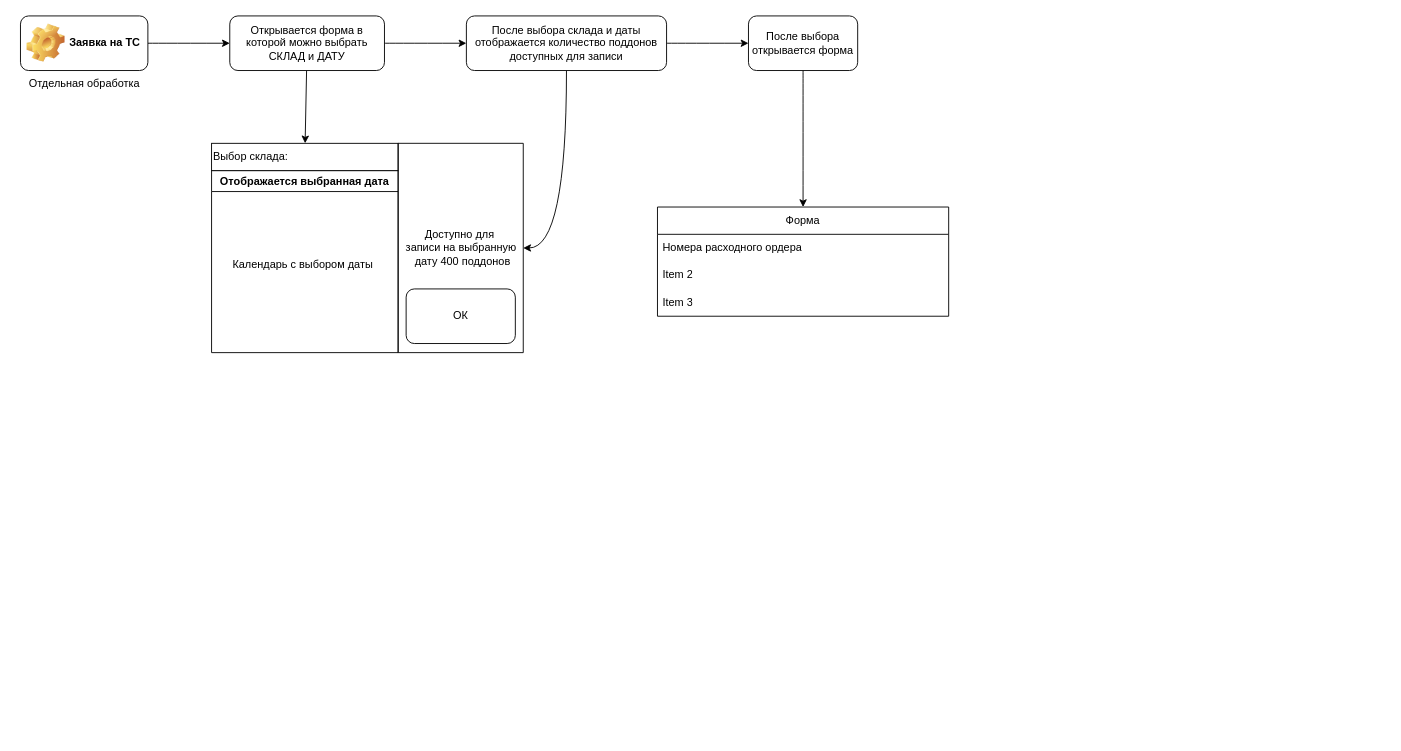
The draw.io diagram Диаграмма без названия.drawio in aspergil1us/VEZA-test, before the edit. Source tidied: cells renumbered, new cells numbered last; positions are measured from the earlier drawing's top-left corner, leaving out a move shared by most shapes. Both pictures are drawn from the tidied source at 91%, with x=0, y=0 at pixel (15, 15).
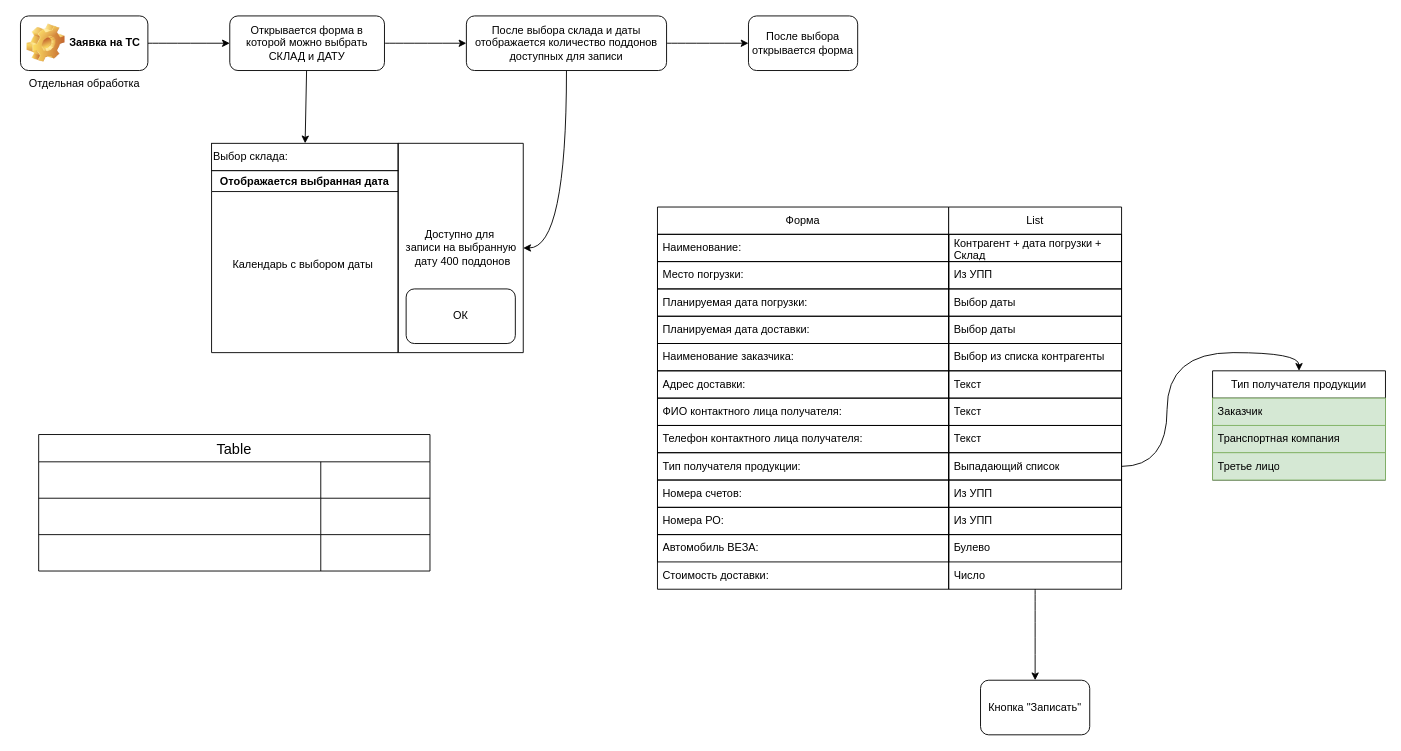
The same diagram, later.

The change refers to these unchanged cells:
```xml
<mxCell id="18" value="После выбора открывается форма" style="rounded=1;whiteSpace=wrap;html=1;" parent="1" vertex="1">
  <mxGeometry x="805" width="120" height="60" as="geometry" />
</mxCell>
```

Diff of the diagram source:
```diff
@@
-    <mxCell id="4" value="Отдельная обработка" style="text;html=1;align=center;verticalAlign=middle;strokeColor=none;fillColor=none;" parent="1" vertex="1">
+    <mxCell id="4" value="Отдельная обработка" style="text;html=1;align=center;verticalAlign=middle;strokeColor=none;fillColor=none;rotation=0;" parent="1" vertex="1">
       <mxGeometry y="60" width="150" height="30" as="geometry" />
     </mxCell>
@@
-    <mxCell id="17" style="edgeStyle=orthogonalEdgeStyle;curved=1;rounded=0;jettySize=auto;html=1;entryX=0.5;entryY=0;entryDx=0;entryDy=0;" parent="1" edge="1" source="18" target="19">
-      <mxGeometry relative="1" as="geometry" />
-    </mxCell>
@@
     <mxCell id="19" value="Форма" style="swimlane;fontStyle=0;horizontal=1;startSize=30;whiteSpace=wrap;html=1;" parent="1" vertex="1">
-      <mxGeometry x="705" y="210" width="320" height="120" as="geometry" />
+      <mxGeometry x="705" y="210" width="320" height="420" as="geometry" />
     </mxCell>
+    <mxCell id="23" value="Наименование:" style="text;strokeColor=default;fillColor=none;align=left;verticalAlign=middle;spacingLeft=4;spacingRight=4;overflow=hidden;whiteSpace=wrap;html=1;" parent="19" vertex="1">
+      <mxGeometry y="30" width="320" height="30" as="geometry" />
+    </mxCell>
-    <mxCell id="20" value="Номера расходного ордера" style="text;strokeColor=none;fillColor=none;align=left;verticalAlign=middle;spacingLeft=4;spacingRight=4;overflow=hidden;whiteSpace=wrap;html=1;" parent="19" vertex="1">
-      <mxGeometry y="30" width="320" height="30" as="geometry" />
+    <mxCell id="20" value="Место погрузки:" style="text;strokeColor=default;fillColor=none;align=left;verticalAlign=middle;spacingLeft=4;spacingRight=4;overflow=hidden;whiteSpace=wrap;html=1;" parent="19" vertex="1">
+      <mxGeometry y="60" width="320" height="30" as="geometry" />
     </mxCell>
-    <mxCell id="21" value="Item 2" style="text;strokeColor=none;fillColor=none;align=left;verticalAlign=middle;spacingLeft=4;spacingRight=4;overflow=hidden;whiteSpace=wrap;html=1;" parent="19" vertex="1">
-      <mxGeometry y="60" width="320" height="30" as="geometry" />
+    <mxCell id="21" value="Планируемая дата погрузки:" style="text;strokeColor=default;fillColor=none;align=left;verticalAlign=middle;spacingLeft=4;spacingRight=4;overflow=hidden;whiteSpace=wrap;html=1;" parent="19" vertex="1">
+      <mxGeometry y="90" width="320" height="30" as="geometry" />
     </mxCell>
-    <mxCell id="22" value="Item 3" style="text;strokeColor=none;fillColor=none;align=left;verticalAlign=middle;spacingLeft=4;spacingRight=4;overflow=hidden;whiteSpace=wrap;html=1;" parent="19" vertex="1">
-      <mxGeometry y="90" width="320" height="30" as="geometry" />
+    <mxCell id="22" value="Планируемая дата доставки:" style="text;strokeColor=default;fillColor=none;align=left;verticalAlign=middle;spacingLeft=4;spacingRight=4;overflow=hidden;whiteSpace=wrap;html=1;" parent="19" vertex="1">
+      <mxGeometry y="120" width="320" height="30" as="geometry" />
     </mxCell>
+    <mxCell id="24" value="Наименование заказчика:" style="text;strokeColor=default;fillColor=none;align=left;verticalAlign=middle;spacingLeft=4;spacingRight=4;overflow=hidden;whiteSpace=wrap;html=1;" parent="19" vertex="1">
+      <mxGeometry y="150" width="320" height="30" as="geometry" />
+    </mxCell>
+    <mxCell id="25" value="Адрес доставки:" style="text;strokeColor=default;fillColor=none;align=left;verticalAlign=middle;spacingLeft=4;spacingRight=4;overflow=hidden;whiteSpace=wrap;html=1;" parent="19" vertex="1">
+      <mxGeometry y="180" width="320" height="30" as="geometry" />
+    </mxCell>
+    <mxCell id="26" value="ФИО контактного лица получателя:" style="text;strokeColor=default;fillColor=none;align=left;verticalAlign=middle;spacingLeft=4;spacingRight=4;overflow=hidden;whiteSpace=wrap;html=1;" parent="19" vertex="1">
+      <mxGeometry y="210" width="320" height="30" as="geometry" />
+    </mxCell>
+    <mxCell id="27" value="Телефон контактного лица получателя:" style="text;strokeColor=default;fillColor=none;align=left;verticalAlign=middle;spacingLeft=4;spacingRight=4;overflow=hidden;whiteSpace=wrap;html=1;" parent="19" vertex="1">
+      <mxGeometry y="240" width="320" height="30" as="geometry" />
+    </mxCell>
+    <mxCell id="28" value="Тип получателя продукции:" style="text;strokeColor=default;fillColor=none;align=left;verticalAlign=middle;spacingLeft=4;spacingRight=4;overflow=hidden;whiteSpace=wrap;html=1;" parent="19" vertex="1">
+      <mxGeometry y="270" width="320" height="30" as="geometry" />
+    </mxCell>
+    <mxCell id="29" value="Номера счетов:" style="text;strokeColor=default;fillColor=none;align=left;verticalAlign=middle;spacingLeft=4;spacingRight=4;overflow=hidden;whiteSpace=wrap;html=1;" parent="19" vertex="1">
+      <mxGeometry y="300" width="320" height="30" as="geometry" />
+    </mxCell>
+    <mxCell id="30" value="Номера РО:" style="text;strokeColor=default;fillColor=none;align=left;verticalAlign=middle;spacingLeft=4;spacingRight=4;overflow=hidden;whiteSpace=wrap;html=1;" parent="19" vertex="1">
+      <mxGeometry y="330" width="320" height="30" as="geometry" />
+    </mxCell>
+    <mxCell id="31" value="Автомобиль ВЕЗА:" style="text;strokeColor=default;fillColor=none;align=left;verticalAlign=middle;spacingLeft=4;spacingRight=4;overflow=hidden;whiteSpace=wrap;html=1;" parent="19" vertex="1">
+      <mxGeometry y="360" width="320" height="30" as="geometry" />
+    </mxCell>
+    <mxCell id="32" value="Стоимость доставки:" style="text;strokeColor=none;fillColor=none;align=left;verticalAlign=middle;spacingLeft=4;spacingRight=4;overflow=hidden;whiteSpace=wrap;html=1;" parent="19" vertex="1">
+      <mxGeometry y="390" width="320" height="30" as="geometry" />
+    </mxCell>
+    <mxCell id="33" style="edgeStyle=orthogonalEdgeStyle;curved=1;rounded=0;jettySize=auto;html=1;entryX=0.5;entryY=0;entryDx=0;entryDy=0;" parent="1" edge="1" source="34" target="63">
+      <mxGeometry relative="1" as="geometry" />
+    </mxCell>
+    <mxCell id="34" value="List" style="swimlane;fontStyle=0;horizontal=1;startSize=30;whiteSpace=wrap;html=1;" parent="1" vertex="1">
+      <mxGeometry x="1025" y="210" width="190" height="420" as="geometry" />
+    </mxCell>
+    <mxCell id="35" value="Контрагент + дата погрузки + Склад" style="text;strokeColor=default;fillColor=none;align=left;verticalAlign=middle;spacingLeft=4;spacingRight=4;overflow=hidden;whiteSpace=wrap;html=1;" parent="34" vertex="1">
+      <mxGeometry y="30" width="190" height="30" as="geometry" />
+    </mxCell>
+    <mxCell id="36" value="Из УПП" style="text;strokeColor=default;fillColor=none;align=left;verticalAlign=middle;spacingLeft=4;spacingRight=4;overflow=hidden;whiteSpace=wrap;html=1;" parent="34" vertex="1">
+      <mxGeometry y="60" width="190" height="30" as="geometry" />
+    </mxCell>
+    <mxCell id="37" value="Выбор даты" style="text;strokeColor=default;fillColor=none;align=left;verticalAlign=middle;spacingLeft=4;spacingRight=4;overflow=hidden;whiteSpace=wrap;html=1;" parent="34" vertex="1">
+      <mxGeometry y="90" width="190" height="30" as="geometry" />
+    </mxCell>
+    <mxCell id="38" value="Выбор даты" style="text;strokeColor=default;fillColor=none;align=left;verticalAlign=middle;spacingLeft=4;spacingRight=4;overflow=hidden;whiteSpace=wrap;html=1;" parent="34" vertex="1">
+      <mxGeometry y="120" width="190" height="30" as="geometry" />
+    </mxCell>
+    <mxCell id="39" value="Выбор из списка контрагенты" style="text;strokeColor=default;fillColor=none;align=left;verticalAlign=middle;spacingLeft=4;spacingRight=4;overflow=hidden;whiteSpace=wrap;html=1;" parent="34" vertex="1">
+      <mxGeometry y="150" width="190" height="30" as="geometry" />
+    </mxCell>
+    <mxCell id="40" value="Текст" style="text;strokeColor=default;fillColor=none;align=left;verticalAlign=middle;spacingLeft=4;spacingRight=4;overflow=hidden;whiteSpace=wrap;html=1;" parent="34" vertex="1">
+      <mxGeometry y="180" width="190" height="30" as="geometry" />
+    </mxCell>
+    <mxCell id="41" value="Текст" style="text;strokeColor=default;fillColor=none;align=left;verticalAlign=middle;spacingLeft=4;spacingRight=4;overflow=hidden;whiteSpace=wrap;html=1;" parent="34" vertex="1">
+      <mxGeometry y="210" width="190" height="30" as="geometry" />
+    </mxCell>
+    <mxCell id="42" value="Текст" style="text;strokeColor=default;fillColor=none;align=left;verticalAlign=middle;spacingLeft=4;spacingRight=4;overflow=hidden;whiteSpace=wrap;html=1;" parent="34" vertex="1">
+      <mxGeometry y="240" width="190" height="30" as="geometry" />
+    </mxCell>
+    <mxCell id="43" value="Выпадающий список" style="text;strokeColor=default;fillColor=none;align=left;verticalAlign=middle;spacingLeft=4;spacingRight=4;overflow=hidden;points=[[0,0.5],[1,0.5]];portConstraint=eastwest;whiteSpace=wrap;html=1;" parent="34" vertex="1">
+      <mxGeometry y="270" width="190" height="30" as="geometry" />
+    </mxCell>
+    <mxCell id="44" value="Из УПП" style="text;strokeColor=default;fillColor=none;align=left;verticalAlign=middle;spacingLeft=4;spacingRight=4;overflow=hidden;whiteSpace=wrap;html=1;" parent="34" vertex="1">
+      <mxGeometry y="300" width="190" height="30" as="geometry" />
+    </mxCell>
+    <mxCell id="45" value="Из УПП" style="text;strokeColor=default;fillColor=none;align=left;verticalAlign=middle;spacingLeft=4;spacingRight=4;overflow=hidden;whiteSpace=wrap;html=1;" parent="34" vertex="1">
+      <mxGeometry y="330" width="190" height="30" as="geometry" />
+    </mxCell>
+    <mxCell id="46" value="Булево" style="text;strokeColor=default;fillColor=none;align=left;verticalAlign=middle;spacingLeft=4;spacingRight=4;overflow=hidden;whiteSpace=wrap;html=1;" parent="34" vertex="1">
+      <mxGeometry y="360" width="190" height="30" as="geometry" />
+    </mxCell>
+    <mxCell id="47" value="Число" style="text;strokeColor=none;fillColor=none;align=left;verticalAlign=middle;spacingLeft=4;spacingRight=4;overflow=hidden;whiteSpace=wrap;html=1;" parent="34" vertex="1">
+      <mxGeometry y="390" width="190" height="30" as="geometry" />
+    </mxCell>
+    <mxCell id="48" value="Тип получателя продукции" style="swimlane;fontStyle=0;horizontal=1;startSize=30;whiteSpace=wrap;html=1;" parent="1" vertex="1">
+      <mxGeometry x="1315" y="390" width="190" height="120" as="geometry" />
+    </mxCell>
+    <mxCell id="49" value="Заказчик" style="text;strokeColor=#82b366;fillColor=#d5e8d4;align=left;verticalAlign=middle;spacingLeft=4;spacingRight=4;overflow=hidden;whiteSpace=wrap;html=1;" parent="48" vertex="1">
+      <mxGeometry y="30" width="190" height="30" as="geometry" />
+    </mxCell>
+    <mxCell id="50" value="Транспортная компания" style="text;strokeColor=#82b366;fillColor=#d5e8d4;align=left;verticalAlign=middle;spacingLeft=4;spacingRight=4;overflow=hidden;whiteSpace=wrap;html=1;" parent="48" vertex="1">
+      <mxGeometry y="60" width="190" height="30" as="geometry" />
+    </mxCell>
+    <mxCell id="51" value="Третье лицо" style="text;strokeColor=#82b366;fillColor=#d5e8d4;align=left;verticalAlign=middle;spacingLeft=4;spacingRight=4;overflow=hidden;whiteSpace=wrap;html=1;" parent="48" vertex="1">
+      <mxGeometry y="90" width="190" height="30" as="geometry" />
+    </mxCell>
+    <mxCell id="52" style="edgeStyle=orthogonalEdgeStyle;curved=1;rounded=0;jettySize=auto;html=1;entryX=0.5;entryY=0;entryDx=0;entryDy=0;" parent="1" edge="1" source="43" target="48">
+      <mxGeometry relative="1" as="geometry" />
+    </mxCell>
+    <mxCell id="53" value="Table" style="shape=table;startSize=30;childLayout=tableLayout;strokeColor=default;fontSize=16;" parent="1" vertex="1">
+      <mxGeometry x="25" y="460" width="430" height="150" as="geometry" />
+    </mxCell>
+    <mxCell id="54" style="shape=tableRow;horizontal=0;startSize=0;swimlaneHead=0;swimlaneBody=0;strokeColor=inherit;top=0;left=0;bottom=0;right=0;fillColor=none;fontSize=16;" parent="53" vertex="1">
+      <mxGeometry y="30" width="430" height="40" as="geometry" />
+    </mxCell>
+    <mxCell id="55" style="shape=partialRectangle;html=1;whiteSpace=wrap;strokeColor=inherit;overflow=hidden;fillColor=none;top=0;left=0;bottom=0;right=0;fontSize=16;" parent="54" vertex="1">
+      <mxGeometry width="310" height="40" as="geometry" />
+    </mxCell>
+    <mxCell id="56" style="shape=partialRectangle;html=1;whiteSpace=wrap;strokeColor=inherit;overflow=hidden;fillColor=none;top=0;left=0;bottom=0;right=0;fontSize=16;" parent="54" vertex="1">
+      <mxGeometry x="310" width="120" height="40" as="geometry" />
+    </mxCell>
+    <mxCell id="57" style="shape=tableRow;horizontal=0;startSize=0;swimlaneHead=0;swimlaneBody=0;strokeColor=inherit;top=0;left=0;bottom=0;right=0;fillColor=none;fontSize=16;" parent="53" vertex="1">
+      <mxGeometry y="70" width="430" height="40" as="geometry" />
+    </mxCell>
+    <mxCell id="58" style="shape=partialRectangle;html=1;whiteSpace=wrap;strokeColor=inherit;overflow=hidden;fillColor=none;top=0;left=0;bottom=0;right=0;fontSize=16;" parent="57" vertex="1">
+      <mxGeometry width="310" height="40" as="geometry" />
+    </mxCell>
+    <mxCell id="59" style="shape=partialRectangle;html=1;whiteSpace=wrap;strokeColor=inherit;overflow=hidden;fillColor=none;top=0;left=0;bottom=0;right=0;fontSize=16;" parent="57" vertex="1">
+      <mxGeometry x="310" width="120" height="40" as="geometry" />
+    </mxCell>
+    <mxCell id="60" style="shape=tableRow;horizontal=0;startSize=0;swimlaneHead=0;swimlaneBody=0;strokeColor=inherit;top=0;left=0;bottom=0;right=0;fillColor=none;fontSize=16;" parent="53" vertex="1">
+      <mxGeometry y="110" width="430" height="40" as="geometry" />
+    </mxCell>
+    <mxCell id="61" style="shape=partialRectangle;html=1;whiteSpace=wrap;strokeColor=inherit;overflow=hidden;fillColor=none;top=0;left=0;bottom=0;right=0;fontSize=16;" parent="60" vertex="1">
+      <mxGeometry width="310" height="40" as="geometry" />
+    </mxCell>
+    <mxCell id="62" style="shape=partialRectangle;html=1;whiteSpace=wrap;strokeColor=inherit;overflow=hidden;fillColor=none;top=0;left=0;bottom=0;right=0;fontSize=16;" parent="60" vertex="1">
+      <mxGeometry x="310" width="120" height="40" as="geometry" />
+    </mxCell>
+    <mxCell id="63" value="Кнопка &quot;Записать&quot;" style="rounded=1;whiteSpace=wrap;html=1;" parent="1" vertex="1">
+      <mxGeometry x="1060" y="730" width="120" height="60" as="geometry" />
+    </mxCell>
```
